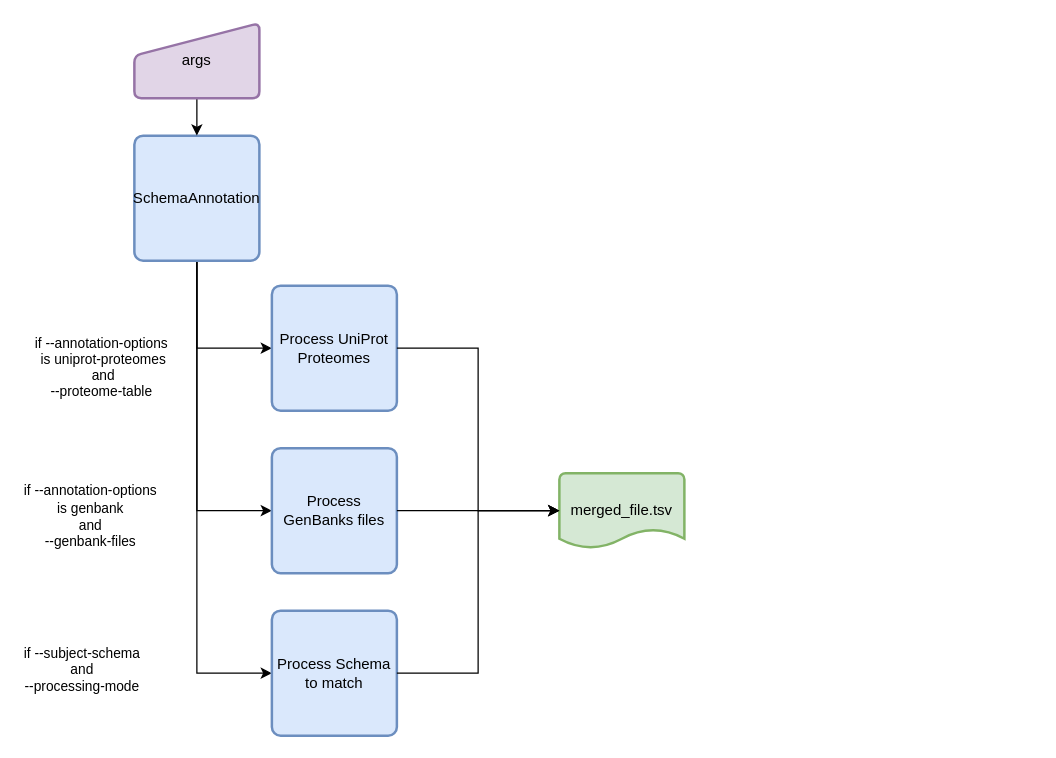
B-UMMI/Schema_Refinery keeps this draw.io diagram as SchemaRefinery/docs/user/modules/source/SchemaAnnotation.drawio. Above is the earlier version. Source tidied: cells renumbered, new cells numbered last; positions are measured from the earlier drawing's top-left corner, leaving out a move shared by most shapes. Both pictures are drawn from the tidied source at 125%, with x=0, y=0 at pixel (21, 22).
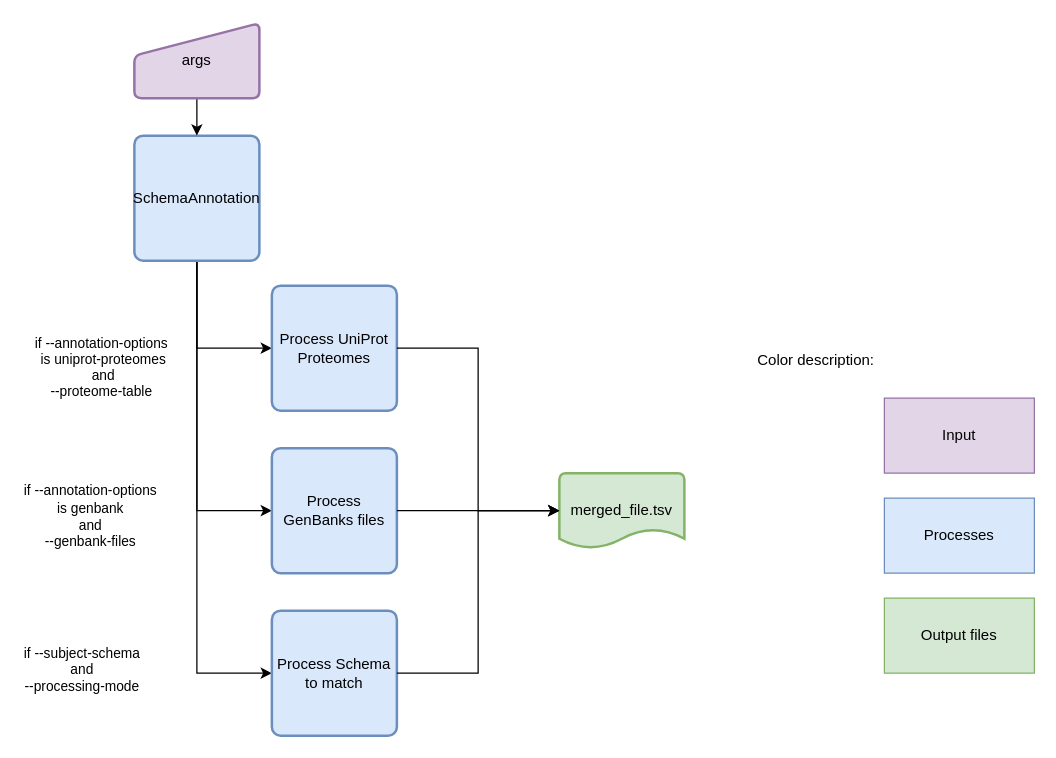
After the change.

The edit, as a diff of the source:
```diff
@@
+    <mxCell id="18" value="Processes" style="rounded=0;whiteSpace=wrap;html=1;fillColor=#dae8fc;strokeColor=#6c8ebf;" parent="1" vertex="1">
+      <mxGeometry x="690" y="380" width="120" height="60" as="geometry" />
+    </mxCell>
+    <mxCell id="19" value="Input" style="rounded=0;whiteSpace=wrap;html=1;fillColor=#e1d5e7;strokeColor=#9673a6;" parent="1" vertex="1">
+      <mxGeometry x="690" y="300" width="120" height="60" as="geometry" />
+    </mxCell>
+    <mxCell id="20" value="Output files" style="rounded=0;whiteSpace=wrap;html=1;fillColor=#d5e8d4;strokeColor=#82b366;" parent="1" vertex="1">
+      <mxGeometry x="690" y="460" width="120" height="60" as="geometry" />
+    </mxCell>
+    <mxCell id="21" value="Color description:" style="text;html=1;align=center;verticalAlign=middle;strokeColor=none;fillColor=none;" parent="1" vertex="1">
+      <mxGeometry x="580" y="255" width="110" height="30" as="geometry" />
+    </mxCell>
```
